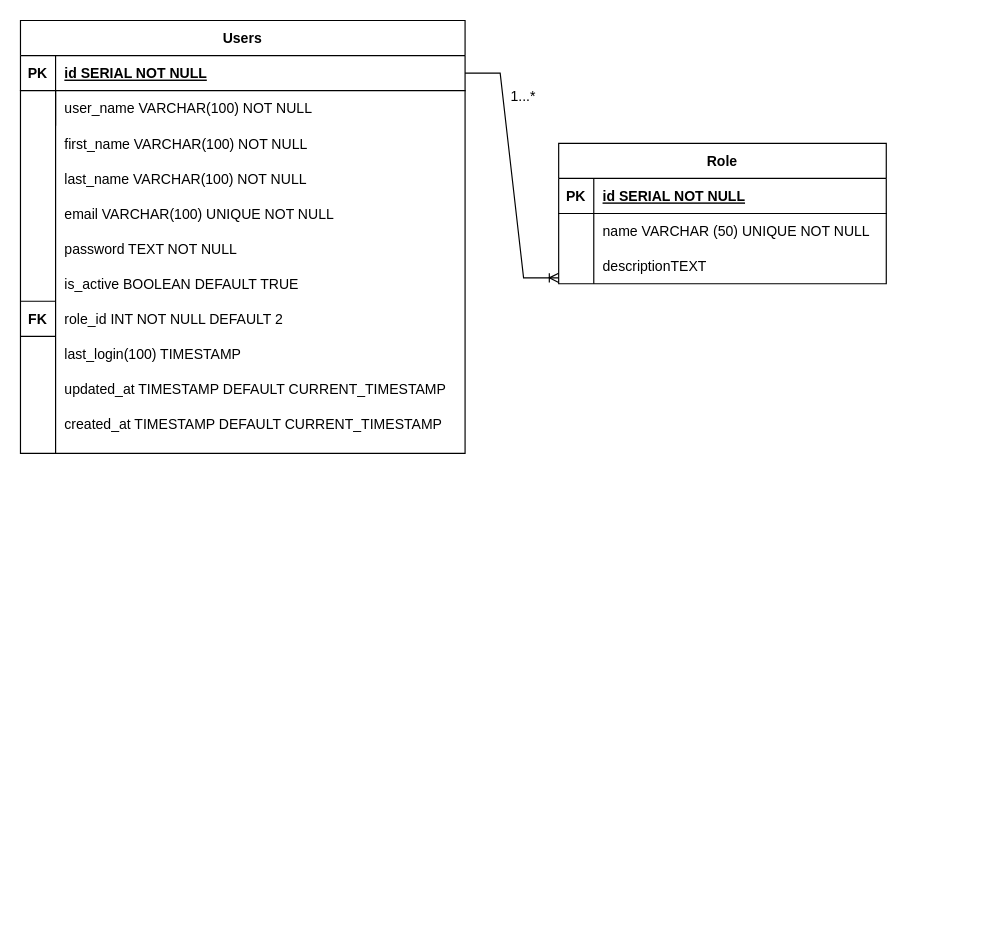
Before: db/diagrams/tiradaus.drawio in JessicaFM/tiradaus, a draw.io diagram. Source tidied: cells renumbered, new cells numbered last; positions are measured from the earlier drawing's top-left corner, leaving out a move shared by most shapes. Both pictures are drawn from the tidied source at 117%, with x=0, y=0 at pixel (20, 20).
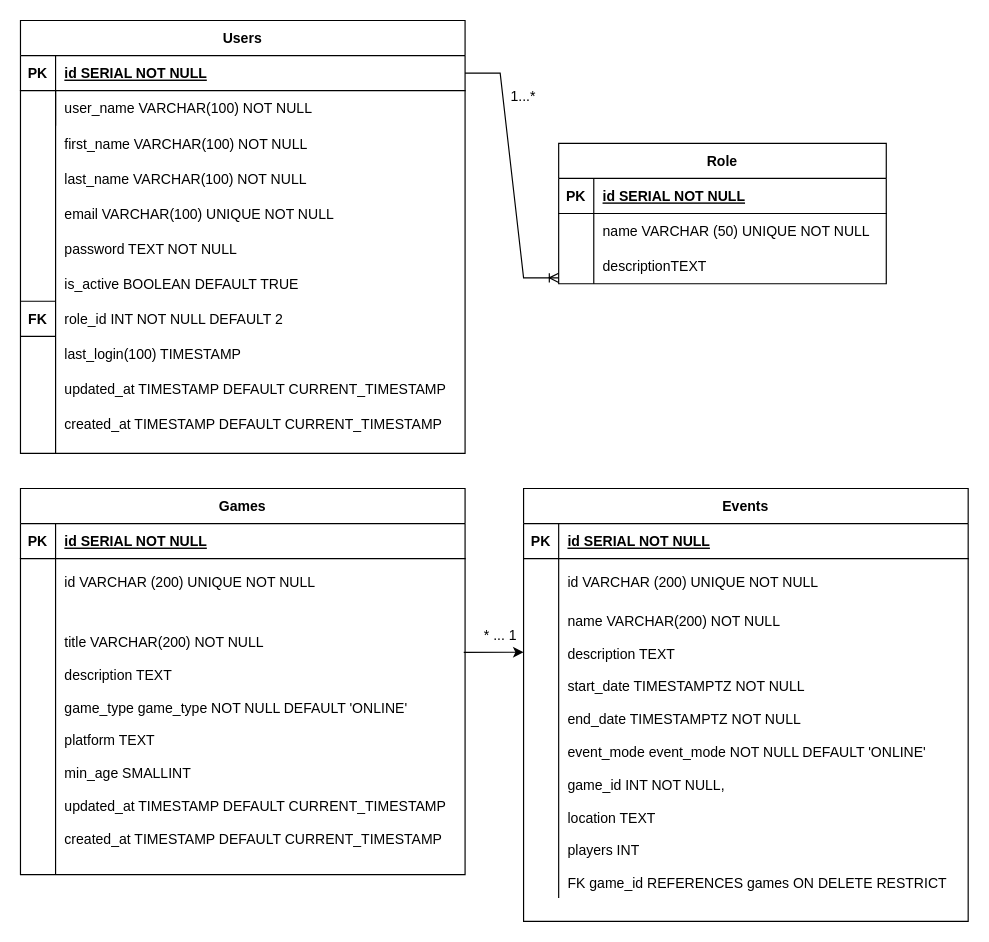
Above is the later version.

Diff of the diagram source:
```diff
@@
+    <mxCell id="42" value="Games" style="shape=table;startSize=30;childLayout=tableLayout;rowLines=0;fontStyle=1;align=center;" parent="1" vertex="1">
+      <mxGeometry y="400" width="380" height="330" as="geometry" />
+    </mxCell>
+    <mxCell id="43" style="shape=partialRectangle;fillColor=none;top=0;left=0;right=0;bottom=1;" parent="42" vertex="1">
+      <mxGeometry y="30" width="380" height="30" as="geometry" />
+    </mxCell>
+    <mxCell id="44" value="PK" style="shape=partialRectangle;overflow=hidden;fillColor=none;top=0;left=0;bottom=0;right=0;fontStyle=1;" parent="43" vertex="1">
+      <mxGeometry width="30" height="30" as="geometry" />
+    </mxCell>
+    <mxCell id="45" value="id SERIAL NOT NULL " style="shape=partialRectangle;overflow=hidden;fillColor=none;top=0;left=0;bottom=0;right=0;align=left;spacingLeft=6;fontStyle=5;" parent="43" vertex="1">
+      <mxGeometry x="30" width="350" height="30" as="geometry" />
+    </mxCell>
+    <mxCell id="46" style="shape=partialRectangle;fillColor=none;top=0;left=0;right=0;bottom=0;" parent="42" vertex="1">
+      <mxGeometry y="60" width="380" height="40" as="geometry" />
+    </mxCell>
+    <mxCell id="47" style="shape=partialRectangle;overflow=hidden;fillColor=none;top=0;left=0;bottom=0;right=0;" parent="46" vertex="1">
+      <mxGeometry width="30" height="40" as="geometry" />
+    </mxCell>
+    <mxCell id="48" value="id VARCHAR (200) UNIQUE NOT NULL" style="shape=partialRectangle;overflow=hidden;fillColor=none;top=0;left=0;bottom=0;right=0;align=left;spacingLeft=6;" parent="46" vertex="1">
+      <mxGeometry x="30" width="350" height="40" as="geometry" />
+    </mxCell>
+    <mxCell id="49" style="shape=partialRectangle;fillColor=none;points=[[0,0.5],[1,0.5]];portConstraint=eastwest;top=0;left=0;right=0;bottom=0;" parent="42" vertex="1">
+      <mxGeometry y="100" width="380" height="230" as="geometry" />
+    </mxCell>
+    <mxCell id="50" style="shape=partialRectangle;overflow=hidden;fillColor=none;top=0;left=0;bottom=0;right=0;" parent="49" vertex="1">
+      <mxGeometry width="30" height="230" as="geometry" />
+    </mxCell>
+    <mxCell id="51" value="title VARCHAR(200) NOT NULL&#10;&#10;description TEXT&#10;&#10;game_type game_type NOT NULL DEFAULT 'ONLINE'&#10;&#10;platform TEXT&#10;&#10;min_age SMALLINT&#10;&#10;updated_at TIMESTAMP DEFAULT CURRENT_TIMESTAMP&#10;&#10;created_at TIMESTAMP DEFAULT CURRENT_TIMESTAMP" style="shape=partialRectangle;overflow=hidden;fillColor=none;top=0;left=0;bottom=0;right=0;align=left;spacingLeft=6;" parent="49" vertex="1">
+      <mxGeometry x="30" width="350" height="230" as="geometry" />
+    </mxCell>
+    <mxCell id="52" value="Events" style="shape=table;startSize=30;childLayout=tableLayout;rowLines=0;fontStyle=1;align=center;" parent="1" vertex="1">
+      <mxGeometry x="430" y="400" width="380" height="370" as="geometry" />
+    </mxCell>
+    <mxCell id="53" style="shape=partialRectangle;fillColor=none;top=0;left=0;right=0;bottom=1;" parent="52" vertex="1">
+      <mxGeometry y="30" width="380" height="30" as="geometry" />
+    </mxCell>
+    <mxCell id="54" value="PK" style="shape=partialRectangle;overflow=hidden;fillColor=none;top=0;left=0;bottom=0;right=0;fontStyle=1;" parent="53" vertex="1">
+      <mxGeometry width="30" height="30" as="geometry" />
+    </mxCell>
+    <mxCell id="55" value="id SERIAL NOT NULL " style="shape=partialRectangle;overflow=hidden;fillColor=none;top=0;left=0;bottom=0;right=0;align=left;spacingLeft=6;fontStyle=5;" parent="53" vertex="1">
+      <mxGeometry x="30" width="350" height="30" as="geometry" />
+    </mxCell>
+    <mxCell id="56" style="shape=partialRectangle;fillColor=none;top=0;left=0;right=0;bottom=0;" parent="52" vertex="1">
+      <mxGeometry y="60" width="380" height="40" as="geometry" />
+    </mxCell>
+    <mxCell id="57" style="shape=partialRectangle;overflow=hidden;fillColor=none;top=0;left=0;bottom=0;right=0;" parent="56" vertex="1">
+      <mxGeometry width="30" height="40" as="geometry" />
+    </mxCell>
+    <mxCell id="58" value="id VARCHAR (200) UNIQUE NOT NULL" style="shape=partialRectangle;overflow=hidden;fillColor=none;top=0;left=0;bottom=0;right=0;align=left;spacingLeft=6;" parent="56" vertex="1">
+      <mxGeometry x="30" width="350" height="40" as="geometry" />
+    </mxCell>
+    <mxCell id="59" style="shape=partialRectangle;fillColor=none;top=0;left=0;right=0;bottom=0;" parent="52" vertex="1">
+      <mxGeometry y="100" width="380" height="250" as="geometry" />
+    </mxCell>
+    <mxCell id="60" style="shape=partialRectangle;overflow=hidden;fillColor=none;top=0;left=0;bottom=0;right=0;" parent="59" vertex="1">
+      <mxGeometry width="30" height="250" as="geometry" />
+    </mxCell>
+    <mxCell id="61" value="name VARCHAR(200) NOT NULL&#10;&#10;description TEXT&#10;&#10;start_date TIMESTAMPTZ NOT NULL&#10;&#10;end_date TIMESTAMPTZ NOT NULL&#10;&#10;event_mode event_mode NOT NULL DEFAULT 'ONLINE'&#10;&#10;game_id INT NOT NULL,&#10;&#10;location TEXT&#10;&#10;players INT&#10;&#10;FK game_id REFERENCES games ON DELETE RESTRICT" style="shape=partialRectangle;overflow=hidden;fillColor=none;top=0;left=0;bottom=0;right=0;align=left;spacingLeft=6;" parent="59" vertex="1">
+      <mxGeometry x="30" width="350" height="250" as="geometry" />
+    </mxCell>
+    <mxCell id="62" style="endArrow=classic;html=1;rounded=0;exitX=0.997;exitY=0.174;exitDx=0;exitDy=0;exitPerimeter=0;" parent="1" edge="1" source="49">
+      <mxGeometry relative="1" as="geometry">
+        <mxPoint x="430" y="540" as="targetPoint" />
+      </mxGeometry>
+    </mxCell>
+    <mxCell id="63" value="* ... 1&lt;div&gt;&lt;br&gt;&lt;/div&gt;" style="text;html=1;align=center;verticalAlign=middle;strokeColor=none;fillColor=none;" parent="1" vertex="1">
+      <mxGeometry x="385" y="513" width="50" height="40" as="geometry" />
+    </mxCell>
```
